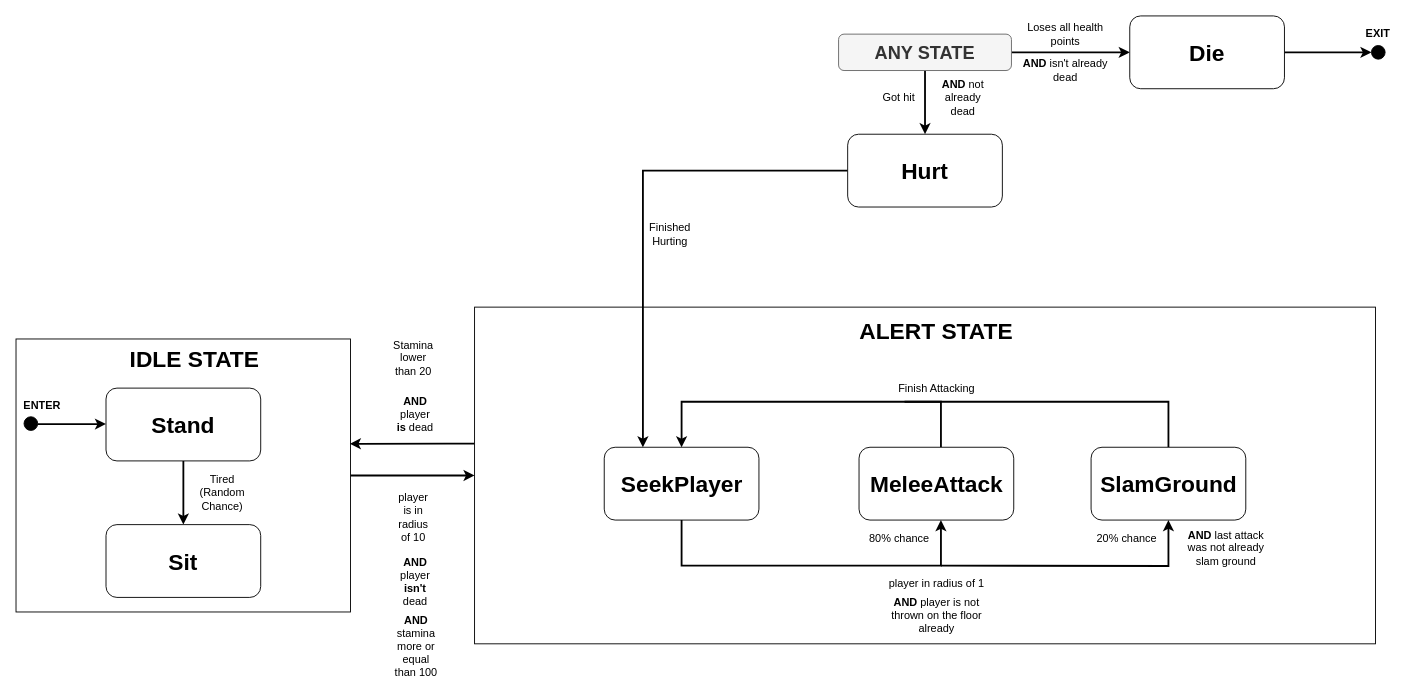
Before: page "Page-3" (2 of 2) of player_fsm.drawio in Aster0/GMAI_Project, a draw.io diagram. Source tidied: cells renumbered, new cells numbered last; positions are measured from the earlier drawing's top-left corner, leaving out a move shared by most shapes. Both pictures are drawn from the tidied source at 91%, with x=0, y=0 at pixel (15, 15).
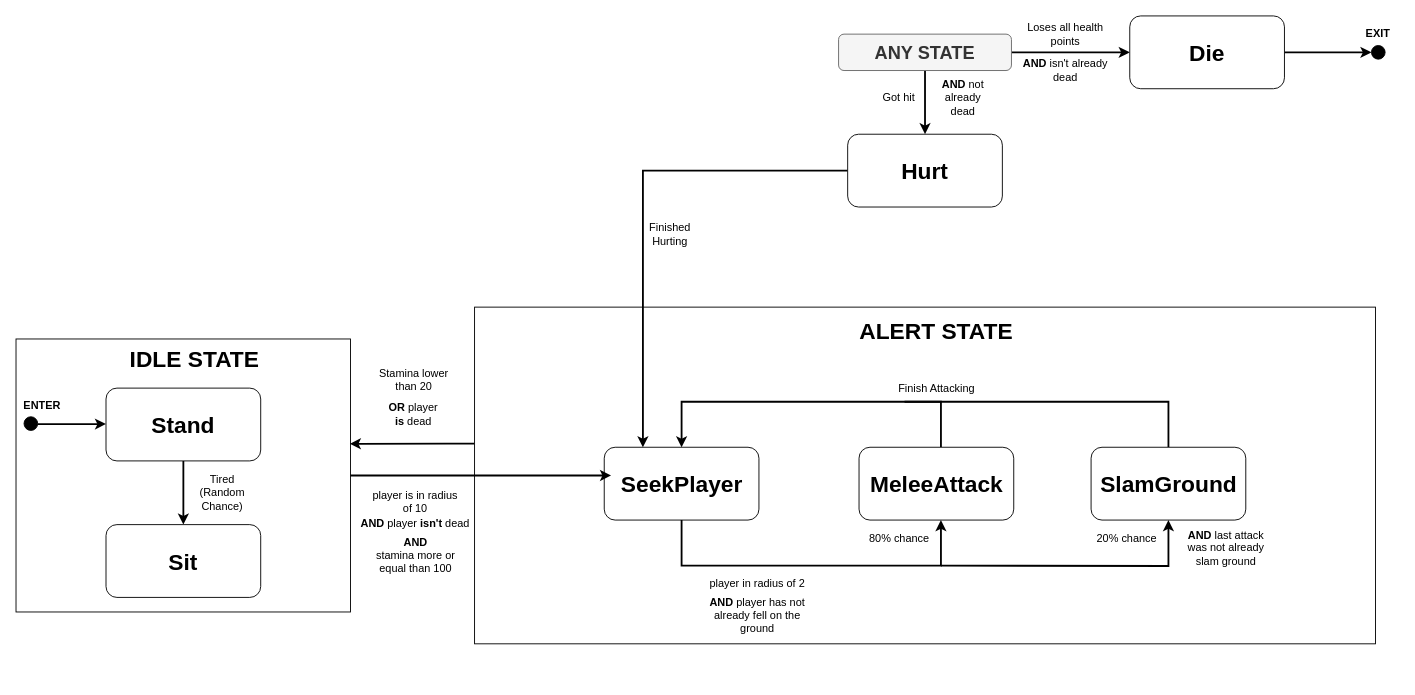
The same diagram, later.

Unchanged cells that the change refers to:
```xml
<mxCell id="3" style="rounded=0;whiteSpace=wrap;html=1;fontSize=11;" parent="1" vertex="1">
  <mxGeometry x="0.1" y="355" width="367.6" height="300" as="geometry" />
</mxCell>
<mxCell id="5" style="rounded=0;whiteSpace=wrap;html=1;fontSize=11;" parent="1" vertex="1">
  <mxGeometry x="504" y="320" width="990" height="370" as="geometry" />
</mxCell>
```

Change to the diagram source:
```diff
@@
-    <mxCell id="2" style="edgeStyle=orthogonalEdgeStyle;rounded=0;jettySize=auto;html=1;strokeWidth=2;" parent="1" edge="1" source="3" target="5">
-      <mxGeometry relative="1" as="geometry">
-        <Array as="points">
-          <mxPoint x="464" y="505" />
-          <mxPoint x="464" y="505" />
-        </Array>
-      </mxGeometry>
-    </mxCell>
@@
     <mxCell id="18" value="player is in radius of 10" style="text;html=1;strokeColor=none;fillColor=none;align=center;verticalAlign=middle;whiteSpace=wrap;rounded=0;fontSize=12;fontStyle=0;" parent="1" vertex="1">
-      <mxGeometry x="414" y="520" width="46.1" height="62" as="geometry" />
+      <mxGeometry x="389" y="503" width="100" height="62" as="geometry" />
     </mxCell>
@@
-    <mxCell id="20" value="player in radius of 1" style="text;html=1;strokeColor=none;fillColor=none;align=center;verticalAlign=middle;whiteSpace=wrap;rounded=0;fontSize=12;fontStyle=0;" parent="1" vertex="1">
-      <mxGeometry x="947.5" y="593" width="128.1" height="62" as="geometry" />
+    <mxCell id="20" value="player in radius of 2" style="text;html=1;strokeColor=none;fillColor=none;align=center;verticalAlign=middle;whiteSpace=wrap;rounded=0;fontSize=12;fontStyle=0;" parent="1" vertex="1">
+      <mxGeometry x="751.1" y="593" width="128.1" height="62" as="geometry" />
     </mxCell>
@@
     <mxCell id="27" value="Stamina lower than 20" style="text;html=1;strokeColor=none;fillColor=none;align=center;verticalAlign=middle;whiteSpace=wrap;rounded=0;fontSize=12;fontStyle=0;" parent="1" vertex="1">
-      <mxGeometry x="414" y="345" width="46.1" height="62" as="geometry" />
+      <mxGeometry x="389" y="370" width="96.8" height="60" as="geometry" />
     </mxCell>
@@
-    <mxCell id="35" value="&lt;b&gt;AND &lt;/b&gt;player is not thrown on the floor already" style="text;html=1;strokeColor=none;fillColor=none;align=center;verticalAlign=middle;whiteSpace=wrap;rounded=0;fontSize=12;fontStyle=0;" parent="1" vertex="1">
-      <mxGeometry x="947.5" y="628" width="128.1" height="62" as="geometry" />
+    <mxCell id="35" value="&lt;b&gt;AND &lt;/b&gt;player has not already fell on the ground" style="text;html=1;strokeColor=none;fillColor=none;align=center;verticalAlign=middle;whiteSpace=wrap;rounded=0;fontSize=12;fontStyle=0;" parent="1" vertex="1">
+      <mxGeometry x="751.1" y="628" width="128.1" height="62" as="geometry" />
     </mxCell>
     <mxCell id="36" value="&lt;b&gt;AND &lt;/b&gt;player &lt;b&gt;isn't &lt;/b&gt;dead" style="text;html=1;strokeColor=none;fillColor=none;align=center;verticalAlign=middle;whiteSpace=wrap;rounded=0;fontSize=12;fontStyle=0;" parent="1" vertex="1">
-      <mxGeometry x="414" y="593" width="50" height="58" as="geometry" />
+      <mxGeometry x="378" y="528.5" width="121.9" height="58" as="geometry" />
     </mxCell>
-    <mxCell id="37" value="&lt;b&gt;AND &lt;/b&gt;player &lt;b&gt;is&amp;nbsp;&lt;/b&gt;dead" style="text;html=1;strokeColor=none;fillColor=none;align=center;verticalAlign=middle;whiteSpace=wrap;rounded=0;fontSize=12;fontStyle=0;" parent="1" vertex="1">
-      <mxGeometry x="414" y="409" width="50" height="58" as="geometry" />
+    <mxCell id="37" value="&lt;b&gt;OR&amp;nbsp;&lt;/b&gt;player &lt;b&gt;is&amp;nbsp;&lt;/b&gt;dead" style="text;html=1;strokeColor=none;fillColor=none;align=center;verticalAlign=middle;whiteSpace=wrap;rounded=0;fontSize=12;fontStyle=0;" parent="1" vertex="1">
+      <mxGeometry x="392.1" y="409" width="90" height="58" as="geometry" />
     </mxCell>
@@
     <mxCell id="46" value="&lt;b&gt;AND&lt;/b&gt;&lt;br&gt;stamina more or equal than 100" style="text;html=1;strokeColor=none;fillColor=none;align=center;verticalAlign=middle;whiteSpace=wrap;rounded=0;fontSize=12;fontStyle=0;" parent="1" vertex="1">
-      <mxGeometry x="415" y="664" width="50" height="58" as="geometry" />
+      <mxGeometry x="384.5" y="563.5" width="109" height="58" as="geometry" />
     </mxCell>
+    <mxCell id="2" style="edgeStyle=orthogonalEdgeStyle;rounded=0;jettySize=auto;html=1;strokeWidth=2;" parent="1" edge="1" source="3">
+      <mxGeometry relative="1" as="geometry">
+        <mxPoint x="654" y="505" as="targetPoint" />
+        <Array as="points">
+          <mxPoint x="647" y="505" />
+        </Array>
+      </mxGeometry>
+    </mxCell>
```
